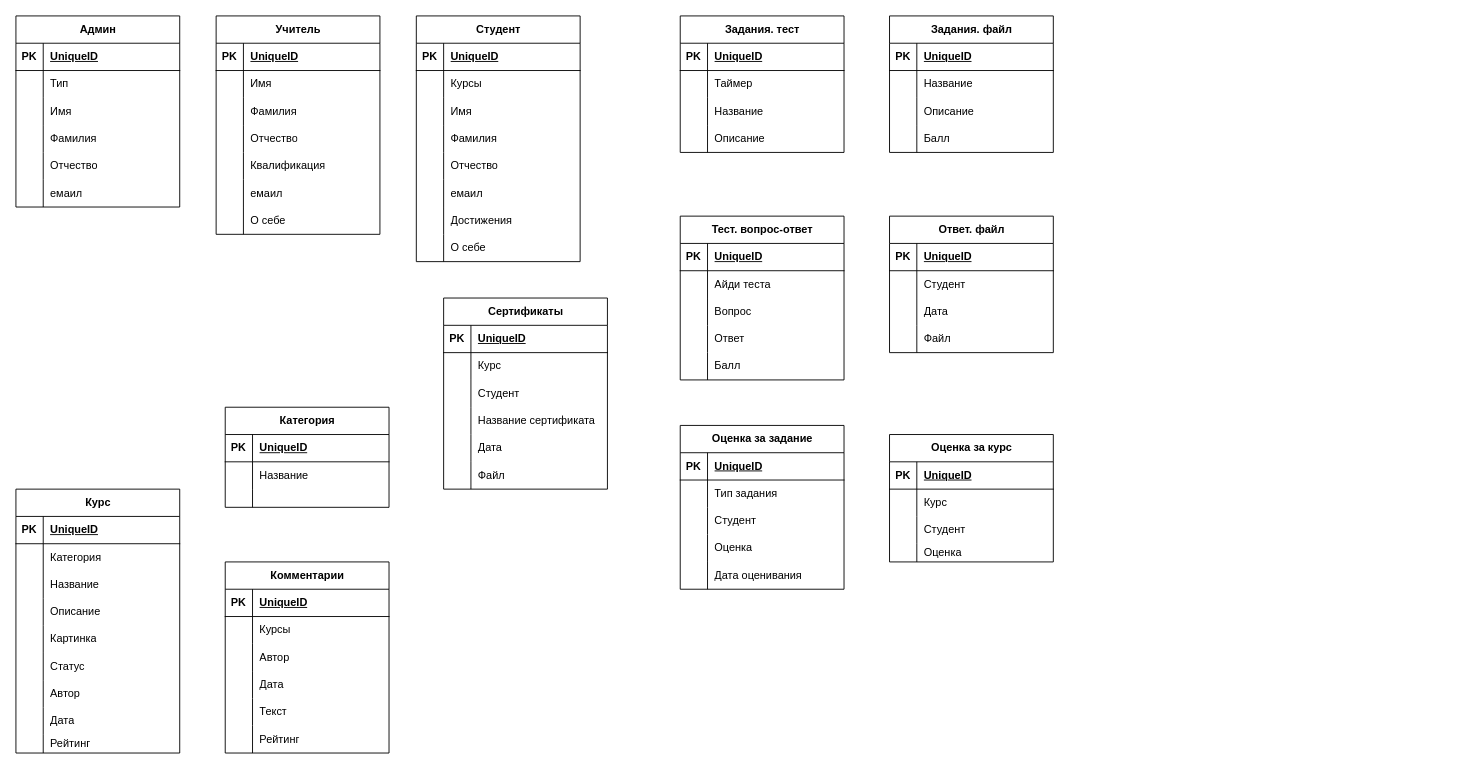
Earlier version of the draw.io diagram Диаграмма без названия.drawio (Thinknov/my). Source tidied: cells renumbered, new cells numbered last; positions are measured from the earlier drawing's top-left corner, leaving out a move shared by most shapes. Both pictures are drawn from the tidied source at 91%, with x=0, y=0 at pixel (15, 15).
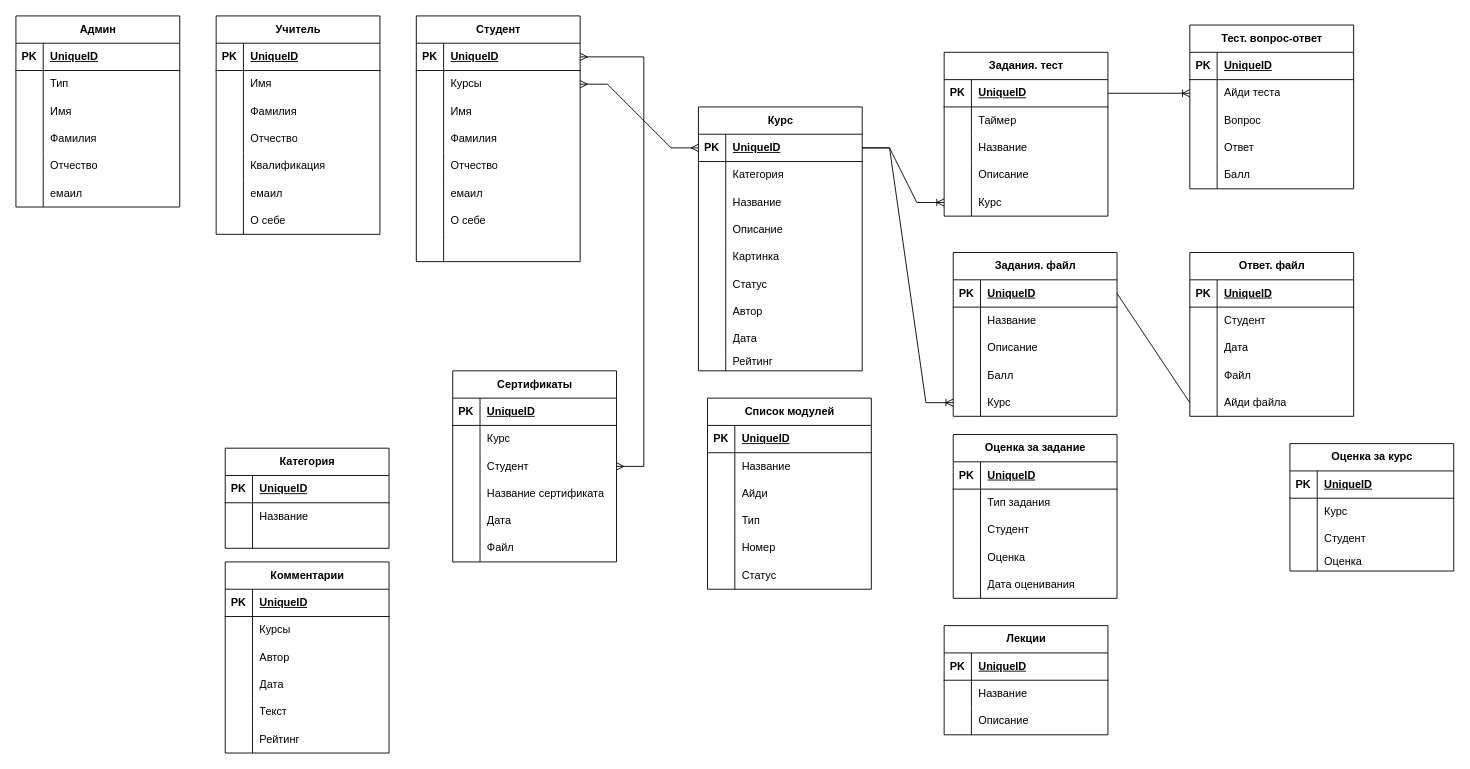
Above is the later version.

The change refers to these unchanged cells:
```xml
<mxCell id="3" style="shape=tableRow;horizontal=0;startSize=0;swimlaneHead=0;swimlaneBody=0;fillColor=none;points=[[0,0.5],[1,0.5]];portConstraint=eastwest;top=0;left=0;right=0;bottom=1;" parent="2" vertex="1">
  <mxGeometry y="30" width="180" height="30" as="geometry" />
</mxCell>
<mxCell id="40" value="Студент" style="shape=table;startSize=30;childLayout=tableLayout;rowLines=0;fontStyle=1;align=center;html=1;" parent="1" vertex="1">
  <mxGeometry x="440" width="180" height="270" as="geometry" />
</mxCell>
<mxCell id="41" style="shape=tableRow;horizontal=0;startSize=0;swimlaneHead=0;swimlaneBody=0;fillColor=none;points=[[0,0.5],[1,0.5]];portConstraint=eastwest;top=0;left=0;right=0;bottom=1;" parent="40" vertex="1">
  <mxGeometry y="30" width="180" height="30" as="geometry" />
</mxCell>
<mxCell id="44" style="shape=tableRow;horizontal=0;startSize=0;swimlaneHead=0;swimlaneBody=0;fillColor=none;points=[[0,0.5],[1,0.5]];portConstraint=eastwest;top=0;left=0;right=0;bottom=0;" parent="40" vertex="1">
  <mxGeometry y="60" width="180" height="30" as="geometry" />
</mxCell>
<mxCell id="184" style="shape=tableRow;horizontal=0;startSize=0;swimlaneHead=0;swimlaneBody=0;fillColor=none;points=[[0,0.5],[1,0.5]];portConstraint=eastwest;top=0;left=0;right=0;bottom=0;" parent="180" vertex="1">
  <mxGeometry y="60" width="180" height="30" as="geometry" />
</mxCell>
<mxCell id="197" style="shape=tableRow;horizontal=0;startSize=0;swimlaneHead=0;swimlaneBody=0;fillColor=none;points=[[0,0.5],[1,0.5]];portConstraint=eastwest;top=0;left=0;right=0;bottom=1;" parent="196" vertex="1">
  <mxGeometry y="30" width="180" height="30" as="geometry" />
</mxCell>
<mxCell id="216" style="shape=tableRow;horizontal=0;startSize=0;swimlaneHead=0;swimlaneBody=0;fillColor=none;points=[[0,0.5],[1,0.5]];portConstraint=eastwest;top=0;left=0;right=0;bottom=0;" parent="209" vertex="1">
  <mxGeometry y="90" width="180" height="30" as="geometry" />
</mxCell>
```

What changed in the source:
```diff
@@
     <mxCell id="2" value="Курс" style="shape=table;startSize=30;childLayout=tableLayout;rowLines=0;fontStyle=1;align=center;html=1;" parent="1" vertex="1">
-      <mxGeometry y="520" width="180" height="290" as="geometry" />
+      <mxGeometry x="750" y="100" width="180" height="290" as="geometry" />
     </mxCell>
@@
     <mxCell id="30" value="Категория" style="shape=table;startSize=30;childLayout=tableLayout;rowLines=0;fontStyle=1;align=center;html=1;" parent="1" vertex="1">
-      <mxGeometry x="230" y="430" width="180" height="110" as="geometry" />
+      <mxGeometry x="230" y="475" width="180" height="110" as="geometry" />
     </mxCell>
@@
+    <mxCell id="62" style="shape=tableRow;horizontal=0;startSize=0;swimlaneHead=0;swimlaneBody=0;fillColor=none;top=0;left=0;right=0;bottom=0;" parent="40" vertex="1">
+      <mxGeometry y="210" width="180" height="30" as="geometry" />
+    </mxCell>
+    <mxCell id="63" style="shape=partialRectangle;fillColor=none;top=0;left=0;bottom=0;right=0;overflow=hidden;whiteSpace=wrap;html=1;" parent="62" vertex="1">
+      <mxGeometry width="30" height="30" as="geometry" />
+    </mxCell>
+    <mxCell id="64" value="О себе" style="shape=partialRectangle;fillColor=none;top=0;left=0;bottom=0;right=0;align=left;spacingLeft=6;overflow=hidden;whiteSpace=wrap;html=1;" parent="62" vertex="1">
+      <mxGeometry x="30" width="150" height="30" as="geometry" />
+    </mxCell>
     <mxCell id="59" style="shape=tableRow;horizontal=0;startSize=0;swimlaneHead=0;swimlaneBody=0;fillColor=none;top=0;left=0;right=0;bottom=0;" parent="40" vertex="1">
-      <mxGeometry y="210" width="180" height="30" as="geometry" />
+      <mxGeometry y="240" width="180" height="30" as="geometry" />
     </mxCell>
@@
-    <mxCell id="61" value="Достижения" style="shape=partialRectangle;fillColor=none;top=0;left=0;bottom=0;right=0;align=left;spacingLeft=6;overflow=hidden;whiteSpace=wrap;html=1;" parent="59" vertex="1">
+    <mxCell id="61" style="shape=partialRectangle;fillColor=none;top=0;left=0;bottom=0;right=0;align=left;spacingLeft=6;overflow=hidden;whiteSpace=wrap;html=1;" parent="59" vertex="1">
       <mxGeometry x="30" width="150" height="30" as="geometry" />
     </mxCell>
-    <mxCell id="62" style="shape=tableRow;horizontal=0;startSize=0;swimlaneHead=0;swimlaneBody=0;fillColor=none;top=0;left=0;right=0;bottom=0;" parent="40" vertex="1">
-      <mxGeometry y="240" width="180" height="30" as="geometry" />
-    </mxCell>
-    <mxCell id="63" style="shape=partialRectangle;fillColor=none;top=0;left=0;bottom=0;right=0;overflow=hidden;whiteSpace=wrap;html=1;" parent="62" vertex="1">
-      <mxGeometry width="30" height="30" as="geometry" />
-    </mxCell>
-    <mxCell id="64" value="О себе" style="shape=partialRectangle;fillColor=none;top=0;left=0;bottom=0;right=0;align=left;spacingLeft=6;overflow=hidden;whiteSpace=wrap;html=1;" parent="62" vertex="1">
-      <mxGeometry x="30" width="150" height="30" as="geometry" />
-    </mxCell>
     <mxCell id="65" value="Оценка за курс" style="shape=table;startSize=30;childLayout=tableLayout;rowLines=0;fontStyle=1;align=center;html=1;" parent="1" vertex="1">
-      <mxGeometry x="960" y="460" width="180" height="140" as="geometry" />
+      <mxGeometry x="1400" y="470" width="180" height="140" as="geometry" />
     </mxCell>
@@
     <mxCell id="78" value="Задания. файл" style="shape=table;startSize=30;childLayout=tableLayout;rowLines=0;fontStyle=1;align=center;html=1;" parent="1" vertex="1">
-      <mxGeometry x="960" width="180" height="150" as="geometry" />
+      <mxGeometry x="1030" y="260" width="180" height="180" as="geometry" />
     </mxCell>
@@
+    <mxCell id="228" style="shape=tableRow;horizontal=0;startSize=0;swimlaneHead=0;swimlaneBody=0;fillColor=none;points=[[0,0.5],[1,0.5]];portConstraint=eastwest;top=0;left=0;right=0;bottom=0;" parent="78" vertex="1">
+      <mxGeometry y="150" width="180" height="30" as="geometry" />
+    </mxCell>
+    <mxCell id="229" style="shape=partialRectangle;fillColor=none;top=0;left=0;bottom=0;right=0;overflow=hidden;whiteSpace=wrap;html=1;" parent="228" vertex="1">
+      <mxGeometry width="30" height="30" as="geometry" />
+    </mxCell>
+    <mxCell id="230" value="Курс" style="shape=partialRectangle;fillColor=none;top=0;left=0;bottom=0;right=0;align=left;spacingLeft=6;overflow=hidden;whiteSpace=wrap;html=1;" parent="228" vertex="1">
+      <mxGeometry x="30" width="150" height="30" as="geometry" />
+    </mxCell>
     <mxCell id="91" value="&lt;div&gt;Ответ. файл&lt;/div&gt;" style="shape=table;startSize=30;childLayout=tableLayout;rowLines=0;fontStyle=1;align=center;html=1;" parent="1" vertex="1">
-      <mxGeometry x="960" y="220" width="180" height="150" as="geometry" />
+      <mxGeometry x="1290" y="260" width="180" height="180" as="geometry" />
     </mxCell>
@@
+    <mxCell id="231" style="shape=tableRow;horizontal=0;startSize=0;swimlaneHead=0;swimlaneBody=0;fillColor=none;points=[[0,0.5],[1,0.5]];portConstraint=eastwest;top=0;left=0;right=0;bottom=0;" parent="91" vertex="1">
+      <mxGeometry y="150" width="180" height="30" as="geometry" />
+    </mxCell>
+    <mxCell id="232" style="shape=partialRectangle;fillColor=none;top=0;left=0;bottom=0;right=0;overflow=hidden;whiteSpace=wrap;html=1;" parent="231" vertex="1">
+      <mxGeometry width="30" height="30" as="geometry" />
+    </mxCell>
+    <mxCell id="233" value="Айди файла" style="shape=partialRectangle;fillColor=none;top=0;left=0;bottom=0;right=0;align=left;spacingLeft=6;overflow=hidden;whiteSpace=wrap;html=1;" parent="231" vertex="1">
+      <mxGeometry x="30" width="150" height="30" as="geometry" />
+    </mxCell>
     <mxCell id="104" value="Оценка за задание" style="shape=table;startSize=30;childLayout=tableLayout;rowLines=0;fontStyle=1;align=center;html=1;" parent="1" vertex="1">
-      <mxGeometry x="730" y="450" width="180" height="180" as="geometry" />
+      <mxGeometry x="1030" y="460" width="180" height="180" as="geometry" />
     </mxCell>
@@
     <mxCell id="180" value="Тест. вопрос-ответ" style="shape=table;startSize=30;childLayout=tableLayout;rowLines=0;fontStyle=1;align=center;html=1;" parent="1" vertex="1">
-      <mxGeometry x="730" y="220" width="180" height="180" as="geometry" />
+      <mxGeometry x="1290" y="10" width="180" height="180" as="geometry" />
     </mxCell>
@@
     <mxCell id="196" value="Задания. тест" style="shape=table;startSize=30;childLayout=tableLayout;rowLines=0;fontStyle=1;align=center;html=1;" parent="1" vertex="1">
-      <mxGeometry x="730" width="180" height="150" as="geometry" />
+      <mxGeometry x="1020" y="40" width="180" height="180" as="geometry" />
     </mxCell>
@@
+    <mxCell id="234" style="shape=tableRow;horizontal=0;startSize=0;swimlaneHead=0;swimlaneBody=0;fillColor=none;points=[[0,0.5],[1,0.5]];portConstraint=eastwest;top=0;left=0;right=0;bottom=0;" parent="196" vertex="1">
+      <mxGeometry y="150" width="180" height="30" as="geometry" />
+    </mxCell>
+    <mxCell id="235" style="shape=partialRectangle;fillColor=none;top=0;left=0;bottom=0;right=0;overflow=hidden;whiteSpace=wrap;html=1;" parent="234" vertex="1">
+      <mxGeometry width="30" height="30" as="geometry" />
+    </mxCell>
+    <mxCell id="236" value="Курс" style="shape=partialRectangle;fillColor=none;top=0;left=0;bottom=0;right=0;align=left;spacingLeft=6;overflow=hidden;whiteSpace=wrap;html=1;" parent="234" vertex="1">
+      <mxGeometry x="30" width="150" height="30" as="geometry" />
+    </mxCell>
     <mxCell id="209" value="Сертификаты" style="shape=table;startSize=30;childLayout=tableLayout;rowLines=0;fontStyle=1;align=center;html=1;" parent="1" vertex="1">
-      <mxGeometry x="470" y="310" width="180" height="210" as="geometry" />
+      <mxGeometry x="480" y="390" width="180" height="210" as="geometry" />
     </mxCell>
@@
+    <mxCell id="237" style="edgeStyle=entityRelationEdgeStyle;fontSize=12;html=1;endArrow=ERmany;startArrow=ERmany;rounded=0;" parent="1" edge="1" source="3" target="44">
+      <mxGeometry relative="1" as="geometry" />
+    </mxCell>
+    <mxCell id="238" style="edgeStyle=entityRelationEdgeStyle;fontSize=12;html=1;endArrow=ERmany;startArrow=ERmany;rounded=0;" parent="1" edge="1" source="216" target="41">
+      <mxGeometry relative="1" as="geometry" />
+    </mxCell>
+    <mxCell id="239" style="edgeStyle=entityRelationEdgeStyle;fontSize=12;html=1;endArrow=ERoneToMany;rounded=0;entryX=0;entryY=0.5;entryDx=0;entryDy=0;" parent="1" edge="1" source="197" target="184">
+      <mxGeometry relative="1" as="geometry" />
+    </mxCell>
+    <mxCell id="240" style="endArrow=none;html=1;rounded=0;exitX=1;exitY=0.25;exitDx=0;exitDy=0;entryX=0;entryY=0.5;entryDx=0;entryDy=0;" parent="1" edge="1" source="78" target="231">
+      <mxGeometry relative="1" as="geometry" />
+    </mxCell>
+    <mxCell id="241" style="edgeStyle=entityRelationEdgeStyle;fontSize=12;html=1;endArrow=ERoneToMany;rounded=0;" parent="1" edge="1" source="3" target="228">
+      <mxGeometry relative="1" as="geometry" />
+    </mxCell>
+    <mxCell id="242" style="edgeStyle=entityRelationEdgeStyle;fontSize=12;html=1;endArrow=ERoneToMany;rounded=0;exitX=1;exitY=0.5;exitDx=0;exitDy=0;entryX=0;entryY=0.5;entryDx=0;entryDy=0;" parent="1" edge="1" source="3" target="234">
+      <mxGeometry relative="1" as="geometry" />
+    </mxCell>
+    <mxCell id="243" value="Список модулей" style="shape=table;startSize=30;childLayout=tableLayout;rowLines=0;fontStyle=1;align=center;html=1;" parent="1" vertex="1">
+      <mxGeometry x="760" y="420" width="180" height="210" as="geometry" />
+    </mxCell>
+    <mxCell id="244" style="shape=tableRow;horizontal=0;startSize=0;swimlaneHead=0;swimlaneBody=0;fillColor=none;top=0;left=0;right=0;bottom=1;" parent="243" vertex="1">
+      <mxGeometry y="30" width="180" height="30" as="geometry" />
+    </mxCell>
+    <mxCell id="245" value="PK" style="shape=partialRectangle;fillColor=none;top=0;left=0;bottom=0;right=0;fontStyle=1;overflow=hidden;whiteSpace=wrap;html=1;" parent="244" vertex="1">
+      <mxGeometry width="30" height="30" as="geometry" />
+    </mxCell>
+    <mxCell id="246" value="UniqueID" style="shape=partialRectangle;fillColor=none;top=0;left=0;bottom=0;right=0;align=left;spacingLeft=6;fontStyle=5;overflow=hidden;whiteSpace=wrap;html=1;" parent="244" vertex="1">
+      <mxGeometry x="30" width="150" height="30" as="geometry" />
+    </mxCell>
+    <mxCell id="247" style="shape=tableRow;horizontal=0;startSize=0;swimlaneHead=0;swimlaneBody=0;fillColor=none;top=0;left=0;right=0;bottom=0;" parent="243" vertex="1">
+      <mxGeometry y="60" width="180" height="30" as="geometry" />
+    </mxCell>
+    <mxCell id="248" style="shape=partialRectangle;fillColor=none;top=0;left=0;bottom=0;right=0;overflow=hidden;whiteSpace=wrap;html=1;" parent="247" vertex="1">
+      <mxGeometry width="30" height="30" as="geometry" />
+    </mxCell>
+    <mxCell id="249" value="Название" style="shape=partialRectangle;fillColor=none;top=0;left=0;bottom=0;right=0;align=left;spacingLeft=6;overflow=hidden;whiteSpace=wrap;html=1;" parent="247" vertex="1">
+      <mxGeometry x="30" width="150" height="30" as="geometry" />
+    </mxCell>
+    <mxCell id="250" style="shape=tableRow;horizontal=0;startSize=0;swimlaneHead=0;swimlaneBody=0;fillColor=none;top=0;left=0;right=0;bottom=0;" parent="243" vertex="1">
+      <mxGeometry y="90" width="180" height="30" as="geometry" />
+    </mxCell>
+    <mxCell id="251" style="shape=partialRectangle;fillColor=none;top=0;left=0;bottom=0;right=0;overflow=hidden;whiteSpace=wrap;html=1;" parent="250" vertex="1">
+      <mxGeometry width="30" height="30" as="geometry" />
+    </mxCell>
+    <mxCell id="252" value="Айди" style="shape=partialRectangle;fillColor=none;top=0;left=0;bottom=0;right=0;align=left;spacingLeft=6;overflow=hidden;whiteSpace=wrap;html=1;" parent="250" vertex="1">
+      <mxGeometry x="30" width="150" height="30" as="geometry" />
+    </mxCell>
+    <mxCell id="253" style="shape=tableRow;horizontal=0;startSize=0;swimlaneHead=0;swimlaneBody=0;fillColor=none;top=0;left=0;right=0;bottom=0;" parent="243" vertex="1">
+      <mxGeometry y="120" width="180" height="30" as="geometry" />
+    </mxCell>
+    <mxCell id="254" style="shape=partialRectangle;fillColor=none;top=0;left=0;bottom=0;right=0;overflow=hidden;whiteSpace=wrap;html=1;" parent="253" vertex="1">
+      <mxGeometry width="30" height="30" as="geometry" />
+    </mxCell>
+    <mxCell id="255" value="Тип " style="shape=partialRectangle;fillColor=none;top=0;left=0;bottom=0;right=0;align=left;spacingLeft=6;overflow=hidden;whiteSpace=wrap;html=1;" parent="253" vertex="1">
+      <mxGeometry x="30" width="150" height="30" as="geometry" />
+    </mxCell>
+    <mxCell id="256" style="shape=tableRow;horizontal=0;startSize=0;swimlaneHead=0;swimlaneBody=0;fillColor=none;top=0;left=0;right=0;bottom=0;" parent="243" vertex="1">
+      <mxGeometry y="150" width="180" height="30" as="geometry" />
+    </mxCell>
+    <mxCell id="257" style="shape=partialRectangle;fillColor=none;top=0;left=0;bottom=0;right=0;overflow=hidden;whiteSpace=wrap;html=1;" parent="256" vertex="1">
+      <mxGeometry width="30" height="30" as="geometry" />
+    </mxCell>
+    <mxCell id="258" value="Номер" style="shape=partialRectangle;fillColor=none;top=0;left=0;bottom=0;right=0;align=left;spacingLeft=6;overflow=hidden;whiteSpace=wrap;html=1;" parent="256" vertex="1">
+      <mxGeometry x="30" width="150" height="30" as="geometry" />
+    </mxCell>
+    <mxCell id="259" style="shape=tableRow;horizontal=0;startSize=0;swimlaneHead=0;swimlaneBody=0;fillColor=none;top=0;left=0;right=0;bottom=0;" parent="243" vertex="1">
+      <mxGeometry y="180" width="180" height="30" as="geometry" />
+    </mxCell>
+    <mxCell id="260" style="shape=partialRectangle;fillColor=none;top=0;left=0;bottom=0;right=0;overflow=hidden;whiteSpace=wrap;html=1;" parent="259" vertex="1">
+      <mxGeometry width="30" height="30" as="geometry" />
+    </mxCell>
+    <mxCell id="261" value="Статус" style="shape=partialRectangle;fillColor=none;top=0;left=0;bottom=0;right=0;align=left;spacingLeft=6;overflow=hidden;whiteSpace=wrap;html=1;" parent="259" vertex="1">
+      <mxGeometry x="30" width="150" height="30" as="geometry" />
+    </mxCell>
+    <mxCell id="262" value="Лекции" style="shape=table;startSize=30;childLayout=tableLayout;rowLines=0;fontStyle=1;align=center;html=1;" parent="1" vertex="1">
+      <mxGeometry x="1020" y="670" width="180" height="120" as="geometry" />
+    </mxCell>
+    <mxCell id="263" style="shape=tableRow;horizontal=0;startSize=0;swimlaneHead=0;swimlaneBody=0;fillColor=none;top=0;left=0;right=0;bottom=1;" parent="262" vertex="1">
+      <mxGeometry y="30" width="180" height="30" as="geometry" />
+    </mxCell>
+    <mxCell id="264" value="PK" style="shape=partialRectangle;fillColor=none;top=0;left=0;bottom=0;right=0;fontStyle=1;overflow=hidden;whiteSpace=wrap;html=1;" parent="263" vertex="1">
+      <mxGeometry width="30" height="30" as="geometry" />
+    </mxCell>
+    <mxCell id="265" value="UniqueID" style="shape=partialRectangle;fillColor=none;top=0;left=0;bottom=0;right=0;align=left;spacingLeft=6;fontStyle=5;overflow=hidden;whiteSpace=wrap;html=1;" parent="263" vertex="1">
+      <mxGeometry x="30" width="150" height="30" as="geometry" />
+    </mxCell>
+    <mxCell id="266" style="shape=tableRow;horizontal=0;startSize=0;swimlaneHead=0;swimlaneBody=0;fillColor=none;top=0;left=0;right=0;bottom=0;" parent="262" vertex="1">
+      <mxGeometry y="60" width="180" height="30" as="geometry" />
+    </mxCell>
+    <mxCell id="267" style="shape=partialRectangle;fillColor=none;top=0;left=0;bottom=0;right=0;overflow=hidden;whiteSpace=wrap;html=1;" parent="266" vertex="1">
+      <mxGeometry width="30" height="30" as="geometry" />
+    </mxCell>
+    <mxCell id="268" value="Название" style="shape=partialRectangle;fillColor=none;top=0;left=0;bottom=0;right=0;align=left;spacingLeft=6;overflow=hidden;whiteSpace=wrap;html=1;" parent="266" vertex="1">
+      <mxGeometry x="30" width="150" height="30" as="geometry" />
+    </mxCell>
+    <mxCell id="269" style="shape=tableRow;horizontal=0;startSize=0;swimlaneHead=0;swimlaneBody=0;fillColor=none;top=0;left=0;right=0;bottom=0;" parent="262" vertex="1">
+      <mxGeometry y="90" width="180" height="30" as="geometry" />
+    </mxCell>
+    <mxCell id="270" style="shape=partialRectangle;fillColor=none;top=0;left=0;bottom=0;right=0;overflow=hidden;whiteSpace=wrap;html=1;" parent="269" vertex="1">
+      <mxGeometry width="30" height="30" as="geometry" />
+    </mxCell>
+    <mxCell id="271" value="Описание" style="shape=partialRectangle;fillColor=none;top=0;left=0;bottom=0;right=0;align=left;spacingLeft=6;overflow=hidden;whiteSpace=wrap;html=1;" parent="269" vertex="1">
+      <mxGeometry x="30" width="150" height="30" as="geometry" />
+    </mxCell>
```
